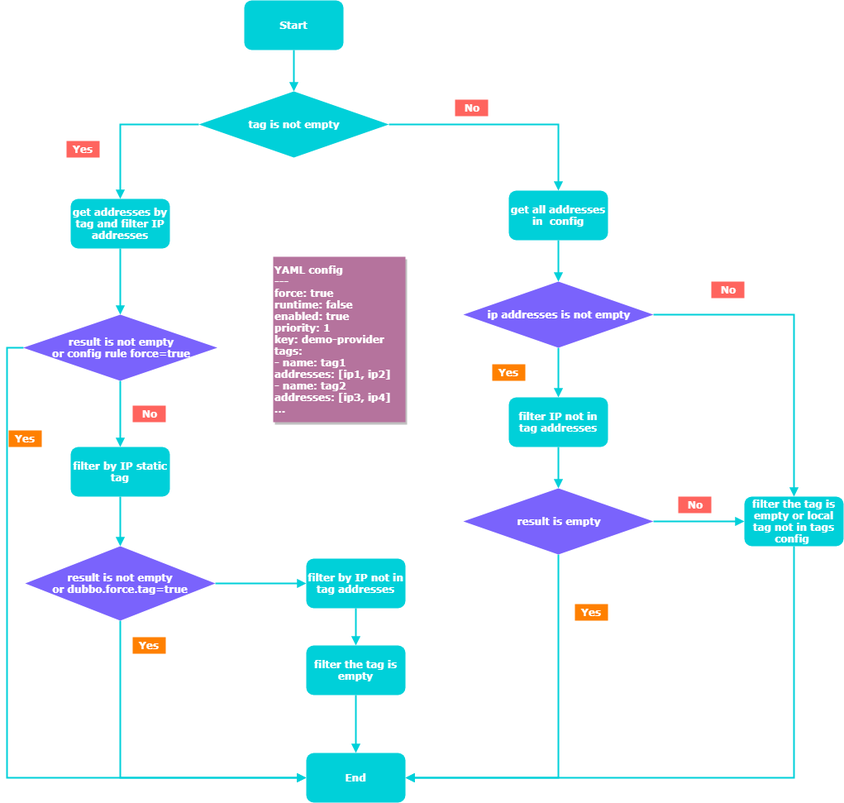
This is dubbo/images/dubbo-router-tag.png from web1992/read, a draw.io export, as it was before one commit. Source tidied: cells renumbered, new cells last; positions are measured from the earlier drawing's top-left corner, leaving out a move shared by most shapes.
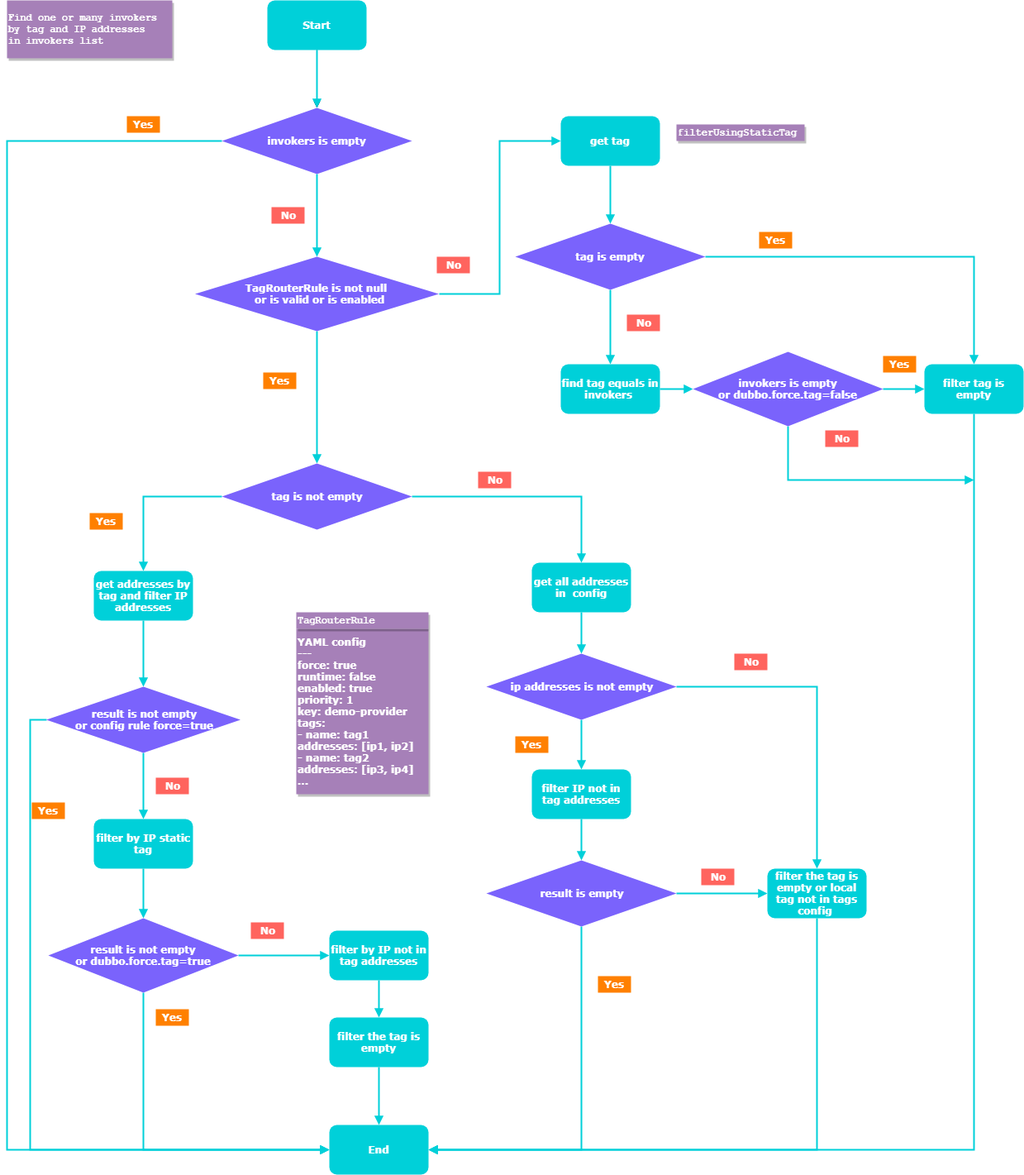
The same file after the commit.

Commit message:
fix routet tag

Diff of the diagram source:
```diff
@@ -2,19 +2,16 @@
   <root>
     <mxCell id="0" />
     <mxCell id="1" parent="0" />
-    <mxCell id="2" style="edgeStyle=orthogonalEdgeStyle;rounded=0;jettySize=auto;html=1;exitX=0.5;exitY=1;exitDx=0;exitDy=0;entryX=0.5;entryY=0;entryDx=0;entryDy=0;fontFamily=Verdana;fontColor=#FFFFFF;strokeColor=#00D0D9;strokeWidth=2;endArrow=block;endFill=1;" parent="1" edge="1" source="3" target="6">
+    <mxCell id="2" style="edgeStyle=orthogonalEdgeStyle;rounded=0;jettySize=auto;html=1;exitX=0.5;exitY=1;exitDx=0;exitDy=0;entryX=0.5;entryY=0;entryDx=0;entryDy=0;fontFamily=Verdana;fontColor=#FFFFFF;strokeColor=#00D0D9;strokeWidth=2;endArrow=block;endFill=1;" parent="1" edge="1" source="53" target="6">
       <mxGeometry relative="1" as="geometry" />
     </mxCell>
-    <mxCell id="3" value="Start" style="rounded=1;whiteSpace=wrap;html=1;fillColor=#00D0D9;strokeColor=none;fontStyle=1;fontColor=#FFFFFF;fontFamily=Verdana;" parent="1" vertex="1">
-      <mxGeometry x="285" width="120" height="60" as="geometry" />
-    </mxCell>
     <mxCell id="4" style="edgeStyle=orthogonalEdgeStyle;rounded=0;jettySize=auto;html=1;exitX=0;exitY=0.5;exitDx=0;exitDy=0;entryX=0.5;entryY=0;entryDx=0;entryDy=0;fontFamily=Verdana;fontColor=#FFFFFF;strokeColor=#00D0D9;strokeWidth=2;endFill=1;endArrow=block;" parent="1" edge="1" source="6" target="8">
       <mxGeometry relative="1" as="geometry" />
     </mxCell>
     <mxCell id="5" style="edgeStyle=orthogonalEdgeStyle;rounded=0;jettySize=auto;html=1;exitX=1;exitY=0.5;exitDx=0;exitDy=0;entryX=0.5;entryY=0;entryDx=0;entryDy=0;fontFamily=Verdana;fontColor=#FFFFFF;strokeColor=#00D0D9;strokeWidth=2;endFill=1;endArrow=block;" parent="1" edge="1" source="6" target="27">
       <mxGeometry relative="1" as="geometry" />
     </mxCell>
-    <mxCell id="6" value="tag is not empty" style="rhombus;whiteSpace=wrap;html=1;fillColor=#00D0D9;fontFamily=Verdana;fontColor=#FFFFFF;strokeColor=none;fontStyle=1;" parent="1" vertex="1">
+    <mxCell id="6" value="tag is not empty" style="rhombus;whiteSpace=wrap;html=1;fillColor=#7A63FC;fontFamily=Verdana;fontColor=#FFFFFF;strokeColor=none;fontStyle=1;" parent="1" vertex="1">
       <mxGeometry x="230" y="110" width="230" height="80" as="geometry" />
     </mxCell>
     <mxCell id="7" style="edgeStyle=orthogonalEdgeStyle;rounded=0;jettySize=auto;html=1;exitX=0.5;exitY=1;exitDx=0;exitDy=0;fontFamily=Verdana;fontColor=#FFFFFF;strokeColor=#00D0D9;strokeWidth=2;endFill=1;endArrow=block;" parent="1" edge="1" source="8" target="12">
@@ -23,7 +20,7 @@
     <mxCell id="8" value="get addresses by tag and filter IP addresses" style="rounded=1;whiteSpace=wrap;html=1;fillColor=#00D0D9;strokeColor=none;fontStyle=1;fontColor=#FFFFFF;fontFamily=Verdana;" parent="1" vertex="1">
       <mxGeometry x="75" y="240" width="120" height="60" as="geometry" />
     </mxCell>
-    <mxCell id="9" value="Yes" style="text;html=1;strokeColor=none;fillColor=#FF645E;align=center;verticalAlign=middle;whiteSpace=wrap;rounded=0;fontFamily=Verdana;fontColor=#FFFFFF;fontStyle=1;" parent="1" vertex="1">
+    <mxCell id="9" value="Yes" style="text;html=1;strokeColor=none;fillColor=#FF8000;align=center;verticalAlign=middle;whiteSpace=wrap;rounded=0;fontFamily=Verdana;fontColor=#FFFFFF;fontStyle=1;" parent="1" vertex="1">
       <mxGeometry x="70" y="170" width="40" height="20" as="geometry" />
     </mxCell>
     <mxCell id="10" style="edgeStyle=orthogonalEdgeStyle;rounded=0;jettySize=auto;html=1;exitX=0.5;exitY=1;exitDx=0;exitDy=0;entryX=0.5;entryY=0;entryDx=0;entryDy=0;fontFamily=Verdana;fontColor=#FFFFFF;strokeColor=#00D0D9;strokeWidth=2;endFill=1;endArrow=block;" parent="1" edge="1" source="12" target="16">
@@ -119,14 +116,128 @@
     <mxCell id="40" value="No" style="text;html=1;strokeColor=none;fillColor=#FF645E;align=center;verticalAlign=middle;whiteSpace=wrap;rounded=0;fontFamily=Verdana;fontColor=#FFFFFF;fontStyle=1;" parent="1" vertex="1">
       <mxGeometry x="540" y="120" width="40" height="20" as="geometry" />
     </mxCell>
-    <mxCell id="41" value="&lt;div&gt;YAML config&lt;/div&gt;&lt;div&gt;---&lt;/div&gt;&lt;div&gt;force: true&lt;/div&gt;&lt;div&gt;runtime: false&lt;/div&gt;&lt;div&gt;enabled: true&lt;/div&gt;&lt;div&gt;priority: 1&lt;/div&gt;&lt;div&gt;key: demo-provider&lt;/div&gt;&lt;div&gt;tags:&lt;/div&gt;&lt;div&gt;- name: tag1&lt;/div&gt;&lt;div&gt;addresses: [ip1, ip2]&lt;/div&gt;&lt;div&gt;- name: tag2&lt;/div&gt;&lt;div&gt;addresses: [ip3, ip4]&lt;/div&gt;&lt;div&gt;...&lt;/div&gt;" style="text;html=1;align=left;verticalAlign=middle;whiteSpace=wrap;rounded=0;fontFamily=Verdana;fillColor=#B5739D;horizontal=1;fontStyle=1;fontColor=#FFFFFF;shadow=1;comic=0;" parent="1" vertex="1">
-      <mxGeometry x="320" y="310" width="160" height="200" as="geometry" />
-    </mxCell>
     <mxCell id="42" value="Yes" style="text;html=1;strokeColor=none;fillColor=#FF8000;align=center;verticalAlign=middle;whiteSpace=wrap;rounded=0;fontFamily=Verdana;fontColor=#FFFFFF;fontStyle=1;" parent="1" vertex="1">
       <mxGeometry x="685" y="730" width="40" height="20" as="geometry" />
     </mxCell>
     <mxCell id="43" value="No" style="text;html=1;strokeColor=none;fillColor=#FF645E;align=center;verticalAlign=middle;whiteSpace=wrap;rounded=0;fontFamily=Verdana;fontColor=#FFFFFF;fontStyle=1;" parent="1" vertex="1">
       <mxGeometry x="810" y="600" width="40" height="20" as="geometry" />
     </mxCell>
+    <mxCell id="44" style="edgeStyle=orthogonalEdgeStyle;rounded=0;jettySize=auto;html=1;exitX=0.5;exitY=1;exitDx=0;exitDy=0;entryX=0.5;entryY=0;entryDx=0;entryDy=0;" parent="1" edge="1" source="3" target="51">
+      <mxGeometry relative="1" as="geometry" />
+    </mxCell>
+    <mxCell id="45" style="edgeStyle=orthogonalEdgeStyle;rounded=0;jettySize=auto;html=1;fontFamily=Verdana;fontColor=#FFFFFF;strokeColor=#00D0D9;strokeWidth=2;endFill=1;endArrow=block;" parent="1" edge="1" source="3" target="51">
+      <mxGeometry relative="1" as="geometry" />
+    </mxCell>
+    <mxCell id="3" value="Start" style="rounded=1;whiteSpace=wrap;html=1;fillColor=#00D0D9;strokeColor=none;fontStyle=1;fontColor=#FFFFFF;fontFamily=Verdana;" parent="1" vertex="1">
+      <mxGeometry x="285" y="-450" width="120" height="60" as="geometry" />
+    </mxCell>
+    <mxCell id="46" style="edgeStyle=orthogonalEdgeStyle;rounded=0;jettySize=auto;html=1;exitX=0;exitY=0.5;exitDx=0;exitDy=0;entryX=0;entryY=0.5;entryDx=0;entryDy=0;fontFamily=Verdana;fontColor=#FFFFFF;strokeColor=#00D0D9;strokeWidth=2;endFill=1;endArrow=block;" parent="1" edge="1" source="51" target="13">
+      <mxGeometry relative="1" as="geometry">
+        <Array as="points">
+          <mxPoint x="-30" y="-280" />
+          <mxPoint x="-30" y="940" />
+        </Array>
+      </mxGeometry>
+    </mxCell>
+    <mxCell id="47" style="edgeStyle=orthogonalEdgeStyle;rounded=0;jettySize=auto;html=1;exitX=0.5;exitY=1;exitDx=0;exitDy=0;entryX=0.5;entryY=0;entryDx=0;entryDy=0;fontFamily=Verdana;fontColor=#FFFFFF;strokeColor=#00D0D9;strokeWidth=2;endFill=1;endArrow=block;" parent="1" edge="1" source="49" target="56">
+      <mxGeometry relative="1" as="geometry" />
+    </mxCell>
+    <mxCell id="48" style="edgeStyle=orthogonalEdgeStyle;rounded=0;jettySize=auto;html=1;exitX=1;exitY=0.5;exitDx=0;exitDy=0;entryX=0.5;entryY=0;entryDx=0;entryDy=0;fontFamily=Verdana;fontColor=#FFFFFF;strokeColor=#00D0D9;strokeWidth=2;endFill=1;endArrow=block;" parent="1" edge="1" source="56" target="58">
+      <mxGeometry relative="1" as="geometry">
+        <Array as="points">
+          <mxPoint x="1140" y="-140" />
+        </Array>
+      </mxGeometry>
+    </mxCell>
+    <mxCell id="49" value="&lt;div&gt;get tag&lt;/div&gt;" style="rounded=1;whiteSpace=wrap;html=1;fillColor=#00D0D9;strokeColor=none;fontStyle=1;fontColor=#FFFFFF;fontFamily=Verdana;" parent="1" vertex="1">
+      <mxGeometry x="640" y="-310" width="120" height="60" as="geometry" />
+    </mxCell>
+    <mxCell id="50" style="edgeStyle=orthogonalEdgeStyle;rounded=0;jettySize=auto;html=1;exitX=0.5;exitY=1;exitDx=0;exitDy=0;entryX=0.5;entryY=0;entryDx=0;entryDy=0;fontFamily=Verdana;fontColor=#FFFFFF;strokeColor=#00D0D9;strokeWidth=2;endFill=1;endArrow=block;" parent="1" edge="1" source="51" target="53">
+      <mxGeometry relative="1" as="geometry" />
+    </mxCell>
+    <mxCell id="51" value="invokers is empty" style="rhombus;whiteSpace=wrap;html=1;fillColor=#7A63FC;fontFamily=Verdana;fontColor=#FFFFFF;strokeColor=none;fontStyle=1;" parent="1" vertex="1">
+      <mxGeometry x="230" y="-320" width="230" height="80" as="geometry" />
+    </mxCell>
+    <mxCell id="52" style="edgeStyle=orthogonalEdgeStyle;rounded=0;jettySize=auto;html=1;exitX=1;exitY=0.5;exitDx=0;exitDy=0;entryX=0;entryY=0.5;entryDx=0;entryDy=0;fontFamily=Verdana;fontColor=#FFFFFF;strokeColor=#00D0D9;strokeWidth=2;endFill=1;endArrow=block;" parent="1" edge="1" source="53" target="49">
+      <mxGeometry relative="1" as="geometry" />
+    </mxCell>
+    <mxCell id="53" value="&lt;div&gt;TagRouterRule is not null&amp;nbsp;&lt;br&gt;&amp;nbsp;or is valid or is enabled&lt;/div&gt;" style="rhombus;whiteSpace=wrap;html=1;fillColor=#7A63FC;fontFamily=Verdana;fontColor=#FFFFFF;strokeColor=none;fontStyle=1;" parent="1" vertex="1">
+      <mxGeometry x="197.5" y="-140" width="295" height="90" as="geometry" />
+    </mxCell>
+    <mxCell id="54" value="Yes" style="text;html=1;strokeColor=none;fillColor=#FF8000;align=center;verticalAlign=middle;whiteSpace=wrap;rounded=0;fontFamily=Verdana;fontColor=#FFFFFF;fontStyle=1;" parent="1" vertex="1">
+      <mxGeometry x="115" y="-310" width="40" height="20" as="geometry" />
+    </mxCell>
+    <mxCell id="55" style="edgeStyle=orthogonalEdgeStyle;rounded=0;jettySize=auto;html=1;exitX=0.5;exitY=1;exitDx=0;exitDy=0;entryX=0.5;entryY=0;entryDx=0;entryDy=0;fontFamily=Verdana;fontColor=#FFFFFF;strokeColor=#00D0D9;strokeWidth=2;endFill=1;endArrow=block;" parent="1" edge="1" source="56" target="60">
+      <mxGeometry relative="1" as="geometry" />
+    </mxCell>
+    <mxCell id="56" value="tag is empty" style="rhombus;whiteSpace=wrap;html=1;fillColor=#7A63FC;fontFamily=Verdana;fontColor=#FFFFFF;strokeColor=none;fontStyle=1;" parent="1" vertex="1">
+      <mxGeometry x="585" y="-180" width="230" height="80" as="geometry" />
+    </mxCell>
+    <mxCell id="57" style="edgeStyle=orthogonalEdgeStyle;rounded=0;jettySize=auto;html=1;exitX=0.5;exitY=1;exitDx=0;exitDy=0;entryX=1;entryY=0.5;entryDx=0;entryDy=0;fontFamily=Verdana;fontColor=#FFFFFF;strokeColor=#00D0D9;strokeWidth=2;endFill=1;endArrow=block;" parent="1" edge="1" source="58" target="13">
+      <mxGeometry relative="1" as="geometry">
+        <Array as="points">
+          <mxPoint x="1140" y="940" />
+        </Array>
+      </mxGeometry>
+    </mxCell>
+    <mxCell id="58" value="&lt;div&gt;filter tag is empty&lt;/div&gt;" style="rounded=1;whiteSpace=wrap;html=1;fillColor=#00D0D9;strokeColor=none;fontStyle=1;fontColor=#FFFFFF;fontFamily=Verdana;" parent="1" vertex="1">
+      <mxGeometry x="1080" y="-10" width="120" height="60" as="geometry" />
+    </mxCell>
+    <mxCell id="59" style="edgeStyle=orthogonalEdgeStyle;rounded=0;jettySize=auto;html=1;exitX=1;exitY=0.5;exitDx=0;exitDy=0;entryX=0;entryY=0.5;entryDx=0;entryDy=0;fontFamily=Verdana;fontColor=#FFFFFF;strokeColor=#00D0D9;strokeWidth=2;endFill=1;endArrow=block;" parent="1" edge="1" source="60" target="63">
+      <mxGeometry relative="1" as="geometry" />
+    </mxCell>
+    <mxCell id="60" value="&lt;div&gt;find tag&amp;nbsp;&lt;span&gt;equals in invokers&lt;/span&gt;&lt;span&gt;&amp;nbsp;&lt;/span&gt;&lt;/div&gt;" style="rounded=1;whiteSpace=wrap;html=1;fillColor=#00D0D9;strokeColor=none;fontStyle=1;fontColor=#FFFFFF;fontFamily=Verdana;" parent="1" vertex="1">
+      <mxGeometry x="640" y="-10" width="120" height="60" as="geometry" />
+    </mxCell>
+    <mxCell id="61" style="edgeStyle=orthogonalEdgeStyle;rounded=0;jettySize=auto;html=1;exitX=1;exitY=0.5;exitDx=0;exitDy=0;fontFamily=Verdana;fontColor=#FFFFFF;strokeColor=#00D0D9;strokeWidth=2;endFill=1;endArrow=block;" parent="1" edge="1" source="63" target="58">
+      <mxGeometry relative="1" as="geometry" />
+    </mxCell>
+    <mxCell id="62" style="edgeStyle=orthogonalEdgeStyle;rounded=0;jettySize=auto;html=1;exitX=0.5;exitY=1;exitDx=0;exitDy=0;fontFamily=Verdana;fontColor=#FFFFFF;strokeColor=#00D0D9;strokeWidth=2;endFill=1;endArrow=block;" parent="1" edge="1" source="63">
+      <mxGeometry relative="1" as="geometry">
+        <mxPoint x="1140" y="130" as="targetPoint" />
+        <Array as="points">
+          <mxPoint x="915" y="130" />
+        </Array>
+      </mxGeometry>
+    </mxCell>
+    <mxCell id="63" value="&lt;span&gt;invokers&amp;nbsp;&lt;/span&gt;is empty&lt;br&gt;or&amp;nbsp;&lt;span&gt;dubbo.force.tag=false&lt;/span&gt;" style="rhombus;whiteSpace=wrap;html=1;fillColor=#7A63FC;fontFamily=Verdana;fontColor=#FFFFFF;strokeColor=none;fontStyle=1;" parent="1" vertex="1">
+      <mxGeometry x="800" y="-25" width="230" height="90" as="geometry" />
+    </mxCell>
+    <mxCell id="64" value="Yes" style="text;html=1;strokeColor=none;fillColor=#FF8000;align=center;verticalAlign=middle;whiteSpace=wrap;rounded=0;fontFamily=Verdana;fontColor=#FFFFFF;fontStyle=1;" parent="1" vertex="1">
+      <mxGeometry x="880" y="-170" width="40" height="20" as="geometry" />
+    </mxCell>
+    <mxCell id="65" value="No" style="text;html=1;strokeColor=none;fillColor=#FF645E;align=center;verticalAlign=middle;whiteSpace=wrap;rounded=0;fontFamily=Verdana;fontColor=#FFFFFF;fontStyle=1;" parent="1" vertex="1">
+      <mxGeometry x="720" y="-70" width="40" height="20" as="geometry" />
+    </mxCell>
+    <mxCell id="66" value="Yes" style="text;html=1;strokeColor=none;fillColor=#FF8000;align=center;verticalAlign=middle;whiteSpace=wrap;rounded=0;fontFamily=Verdana;fontColor=#FFFFFF;fontStyle=1;" parent="1" vertex="1">
+      <mxGeometry x="1030" y="-20" width="40" height="20" as="geometry" />
+    </mxCell>
+    <mxCell id="67" value="No" style="text;html=1;strokeColor=none;fillColor=#FF645E;align=center;verticalAlign=middle;whiteSpace=wrap;rounded=0;fontFamily=Verdana;fontColor=#FFFFFF;fontStyle=1;" parent="1" vertex="1">
+      <mxGeometry x="960" y="70" width="40" height="20" as="geometry" />
+    </mxCell>
+    <mxCell id="68" value="No" style="text;html=1;strokeColor=none;fillColor=#FF645E;align=center;verticalAlign=middle;whiteSpace=wrap;rounded=0;fontFamily=Verdana;fontColor=#FFFFFF;fontStyle=1;" parent="1" vertex="1">
+      <mxGeometry x="265" y="665" width="40" height="20" as="geometry" />
+    </mxCell>
+    <mxCell id="69" value="No" style="text;html=1;strokeColor=none;fillColor=#FF645E;align=center;verticalAlign=middle;whiteSpace=wrap;rounded=0;fontFamily=Verdana;fontColor=#FFFFFF;fontStyle=1;" parent="1" vertex="1">
+      <mxGeometry x="490" y="-140" width="40" height="20" as="geometry" />
+    </mxCell>
+    <mxCell id="70" value="&lt;pre&gt;&lt;span&gt;filterUsingStaticTag&lt;/span&gt;&lt;/pre&gt;" style="text;html=1;strokeColor=none;fillColor=#A680B8;align=left;verticalAlign=middle;whiteSpace=wrap;rounded=0;comic=0;fontFamily=Verdana;fontColor=#FFFFFF;fontStyle=1;shadow=1;" parent="1" vertex="1">
+      <mxGeometry x="780" y="-300" width="155" height="20" as="geometry" />
+    </mxCell>
+    <mxCell id="71" value="&lt;pre&gt;Find one or many invokers&lt;br/&gt;by tag and IP addresses&lt;br&gt;in invokers list&lt;/pre&gt;" style="text;html=1;strokeColor=none;fillColor=#A680B8;align=left;verticalAlign=middle;whiteSpace=wrap;rounded=0;comic=0;fontFamily=Verdana;fontColor=#FFFFFF;fontStyle=1;shadow=1;" parent="1" vertex="1">
+      <mxGeometry x="-30" y="-450" width="200" height="70" as="geometry" />
+    </mxCell>
+    <mxCell id="41" value="&lt;div&gt;YAML config&lt;/div&gt;&lt;div&gt;---&lt;/div&gt;&lt;div&gt;force: true&lt;/div&gt;&lt;div&gt;runtime: false&lt;/div&gt;&lt;div&gt;enabled: true&lt;/div&gt;&lt;div&gt;priority: 1&lt;/div&gt;&lt;div&gt;key: demo-provider&lt;/div&gt;&lt;div&gt;tags:&lt;/div&gt;&lt;div&gt;- name: tag1&lt;/div&gt;&lt;div&gt;addresses: [ip1, ip2]&lt;/div&gt;&lt;div&gt;- name: tag2&lt;/div&gt;&lt;div&gt;addresses: [ip3, ip4]&lt;/div&gt;&lt;div&gt;...&lt;/div&gt;" style="text;html=1;align=left;verticalAlign=middle;whiteSpace=wrap;rounded=0;fontFamily=Verdana;fillColor=#A680B8;horizontal=1;fontStyle=1;fontColor=#FFFFFF;shadow=1;comic=0;" parent="1" vertex="1">
+      <mxGeometry x="320" y="310" width="160" height="200" as="geometry" />
+    </mxCell>
+    <mxCell id="72" value="&lt;pre&gt;TagRouterRule&lt;/pre&gt;" style="text;html=1;strokeColor=none;fillColor=#A680B8;align=left;verticalAlign=middle;whiteSpace=wrap;rounded=0;fontFamily=Verdana;fontColor=#FFFFFF;fontStyle=1;comic=0;shadow=1;" parent="1" vertex="1">
+      <mxGeometry x="320" y="290" width="160" height="20" as="geometry" />
+    </mxCell>
+    <mxCell id="73" value="Yes" style="text;html=1;strokeColor=none;fillColor=#FF8000;align=center;verticalAlign=middle;whiteSpace=wrap;rounded=0;fontFamily=Verdana;fontColor=#FFFFFF;fontStyle=1;" parent="1" vertex="1">
+      <mxGeometry x="280" width="40" height="20" as="geometry" />
+    </mxCell>
+    <mxCell id="74" value="No" style="text;html=1;strokeColor=none;fillColor=#FF645E;align=center;verticalAlign=middle;whiteSpace=wrap;rounded=0;fontFamily=Verdana;fontColor=#FFFFFF;fontStyle=1;" parent="1" vertex="1">
+      <mxGeometry x="290" y="-200" width="40" height="20" as="geometry" />
+    </mxCell>
   </root>
 </mxGraphModel>
```
